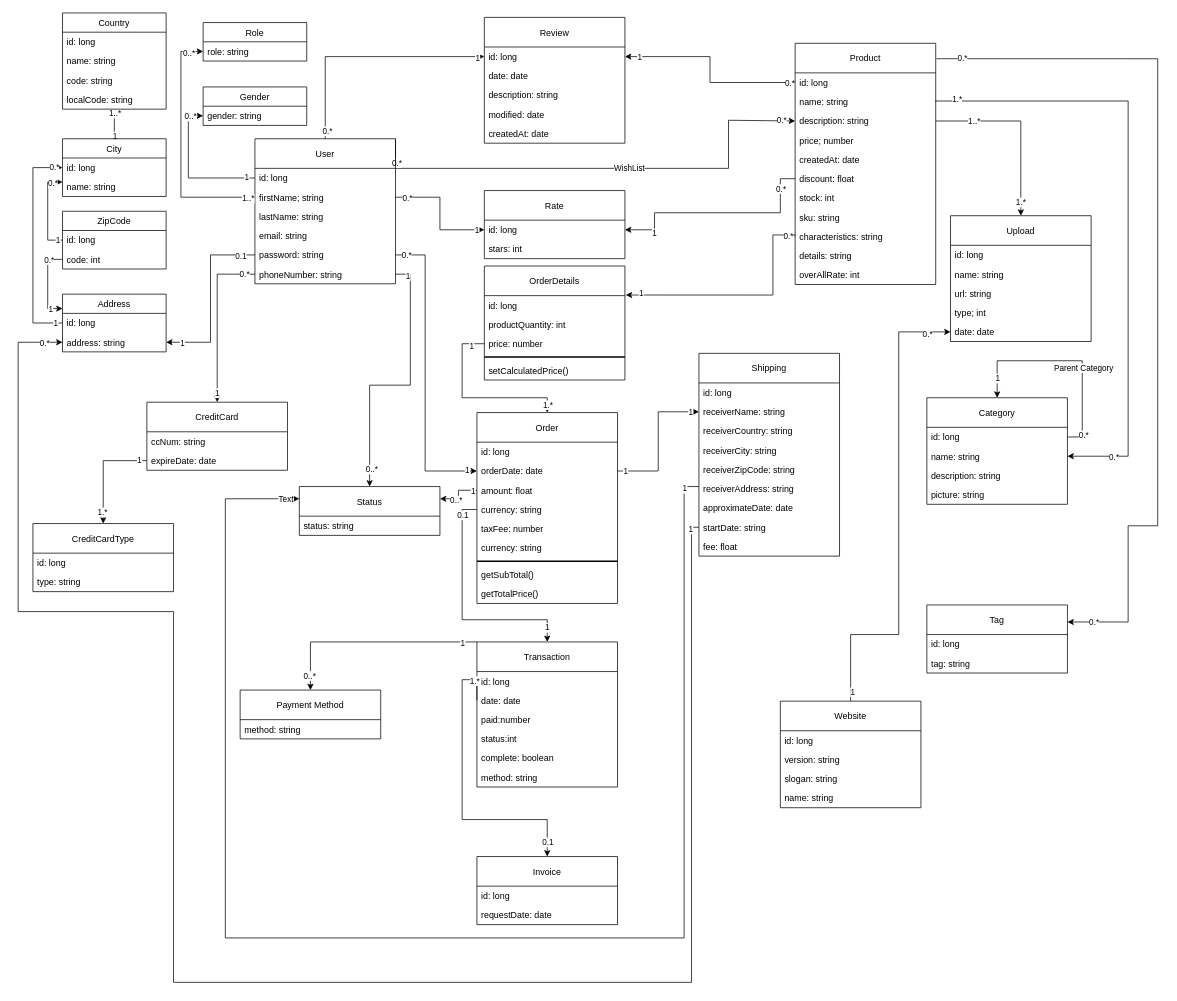
Earlier version of the draw.io diagram page "Ecommerce basic model" (1 of 4) of Class Diagram.drawio (Psycomentis06/AZIT-e-commerce-API-doc). Source tidied: cells renumbered, new cells numbered last; positions are measured from the earlier drawing's top-left corner, leaving out a move shared by most shapes. Both pictures are drawn from the tidied source at 74%, with x=0, y=0 at pixel (18, 13).
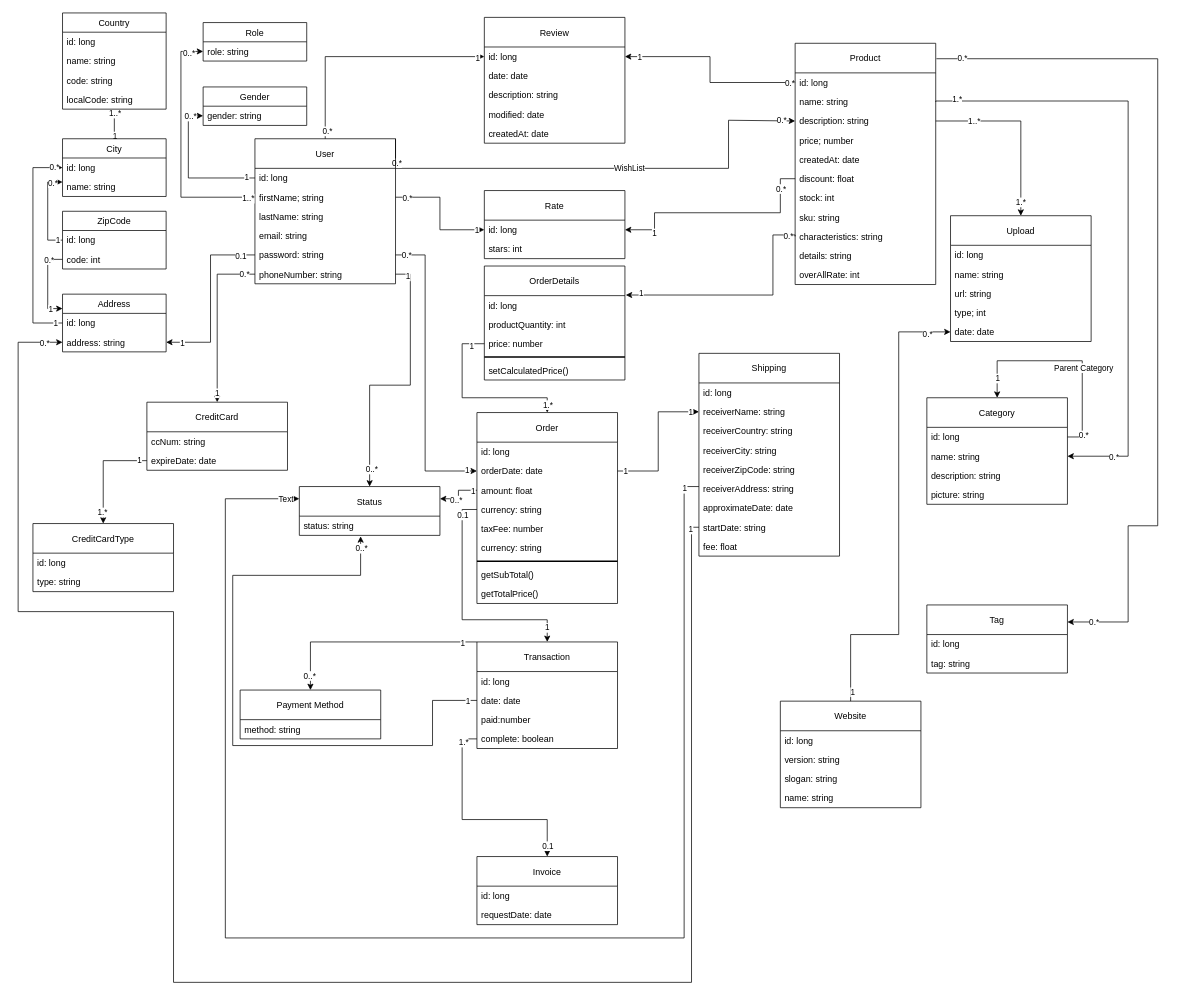
The same page after the edit.

The change refers to these unchanged cells:
```xml
<mxCell id="105" value="date: date" style="text;strokeColor=none;fillColor=none;align=left;verticalAlign=top;spacingLeft=4;spacingRight=4;overflow=hidden;points=[[0,0.5],[1,0.5]];portConstraint=eastwest;" parent="103" vertex="1">
  <mxGeometry y="66" width="190" height="26" as="geometry" />
</mxCell>
<mxCell id="113" value="Invoice" style="swimlane;fontStyle=0;horizontal=1;startSize=40;fillColor=none;" parent="1" vertex="1">
  <mxGeometry x="620" y="1140" width="190" height="92" as="geometry" />
</mxCell>
<mxCell id="193" value="status: string" style="text;strokeColor=none;fillColor=none;align=left;verticalAlign=top;spacingLeft=4;spacingRight=4;overflow=hidden;points=[[0,0.5],[1,0.5]];portConstraint=eastwest;" parent="192" vertex="1">
  <mxGeometry y="40" width="190" height="26" as="geometry" />
</mxCell>
```

What changed in the source:
```diff
@@
     <mxCell id="103" value="Transaction" style="swimlane;fontStyle=0;horizontal=1;startSize=40;fillColor=none;" parent="1" vertex="1">
-      <mxGeometry x="620" y="850" width="190" height="196" as="geometry" />
+      <mxGeometry x="620" y="850" width="190" height="144" as="geometry" />
     </mxCell>
@@
-    <mxCell id="107" value="status:int" style="text;strokeColor=none;fillColor=none;align=left;verticalAlign=top;spacingLeft=4;spacingRight=4;overflow=hidden;" parent="103" vertex="1">
-      <mxGeometry y="118" width="190" height="26" as="geometry" />
-    </mxCell>
     <mxCell id="108" value="complete: boolean" style="text;strokeColor=none;fillColor=none;align=left;verticalAlign=top;spacingLeft=4;spacingRight=4;overflow=hidden;points=[[0,0.5],[1,0.5]];portConstraint=eastwest;" parent="103" vertex="1">
-      <mxGeometry y="144" width="190" height="26" as="geometry" />
+      <mxGeometry y="118" width="190" height="26" as="geometry" />
     </mxCell>
-    <mxCell id="109" value="method: string" style="text;strokeColor=none;fillColor=none;align=left;verticalAlign=top;spacingLeft=4;spacingRight=4;overflow=hidden;" parent="103" vertex="1">
-      <mxGeometry y="170" width="190" height="26" as="geometry" />
-    </mxCell>
@@
-    <mxCell id="116" style="edgeStyle=orthogonalEdgeStyle;rounded=0;jettySize=auto;html=1;exitX=0;exitY=0.5;exitDx=0;exitDy=0;" parent="1" edge="1" source="105" target="113">
+    <mxCell id="116" style="edgeStyle=orthogonalEdgeStyle;rounded=0;jettySize=auto;html=1;exitX=0;exitY=0.5;exitDx=0;exitDy=0;" parent="1" edge="1" source="108" target="113">
       <mxGeometry relative="1" as="geometry">
         <Array as="points">
-          <mxPoint x="620" y="901" />
-          <mxPoint x="600" y="901" />
+          <mxPoint x="600" y="981" />
           <mxPoint x="600" y="1090" />
           <mxPoint x="715" y="1090" />
         </Array>
       </mxGeometry>
     </mxCell>
@@
+    <mxCell id="205" style="edgeStyle=orthogonalEdgeStyle;rounded=0;jettySize=auto;html=1;exitX=0;exitY=0.5;exitDx=0;exitDy=0;entryX=0.436;entryY=1.049;entryDx=0;entryDy=0;entryPerimeter=0;labelBackgroundColor=#000000;" parent="1" edge="1" source="105" target="193">
+      <mxGeometry relative="1" as="geometry">
+        <Array as="points">
+          <mxPoint x="560" y="929" />
+          <mxPoint x="560" y="990" />
+          <mxPoint x="290" y="990" />
+          <mxPoint x="290" y="760" />
+          <mxPoint x="463" y="760" />
+        </Array>
+      </mxGeometry>
+    </mxCell>
+    <mxCell id="206" value="1" style="edgeLabel;html=1;align=center;verticalAlign=middle;" parent="205" vertex="1">
+      <mxGeometry x="-0.97" relative="1" as="geometry" />
+    </mxCell>
+    <mxCell id="207" value="0..*" style="edgeLabel;html=1;align=center;verticalAlign=middle;" parent="205" vertex="1">
+      <mxGeometry x="0.96" y="-1" relative="1" as="geometry" />
+    </mxCell>
```
